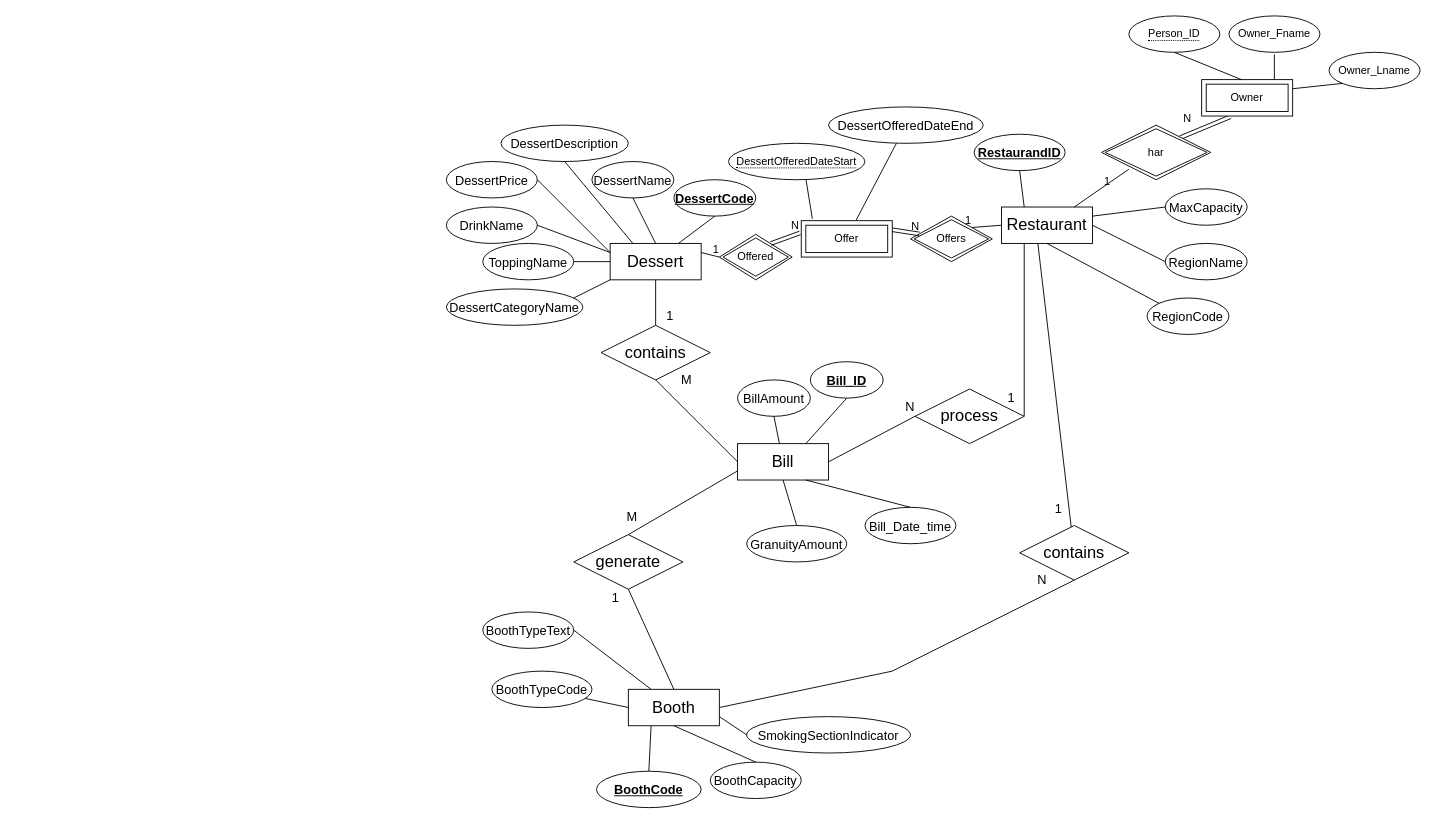
Above: Labb3/N1/Dessert_DiagramN1.drawio in PyroG8r/Databaser-DT139G (draw.io), before the change. Source tidied: cells renumbered, new cells numbered last; positions are measured from the earlier drawing's top-left corner, leaving out a move shared by most shapes. Both pictures are drawn from the tidied source at 91%, with x=0, y=0 at pixel (446, 15).
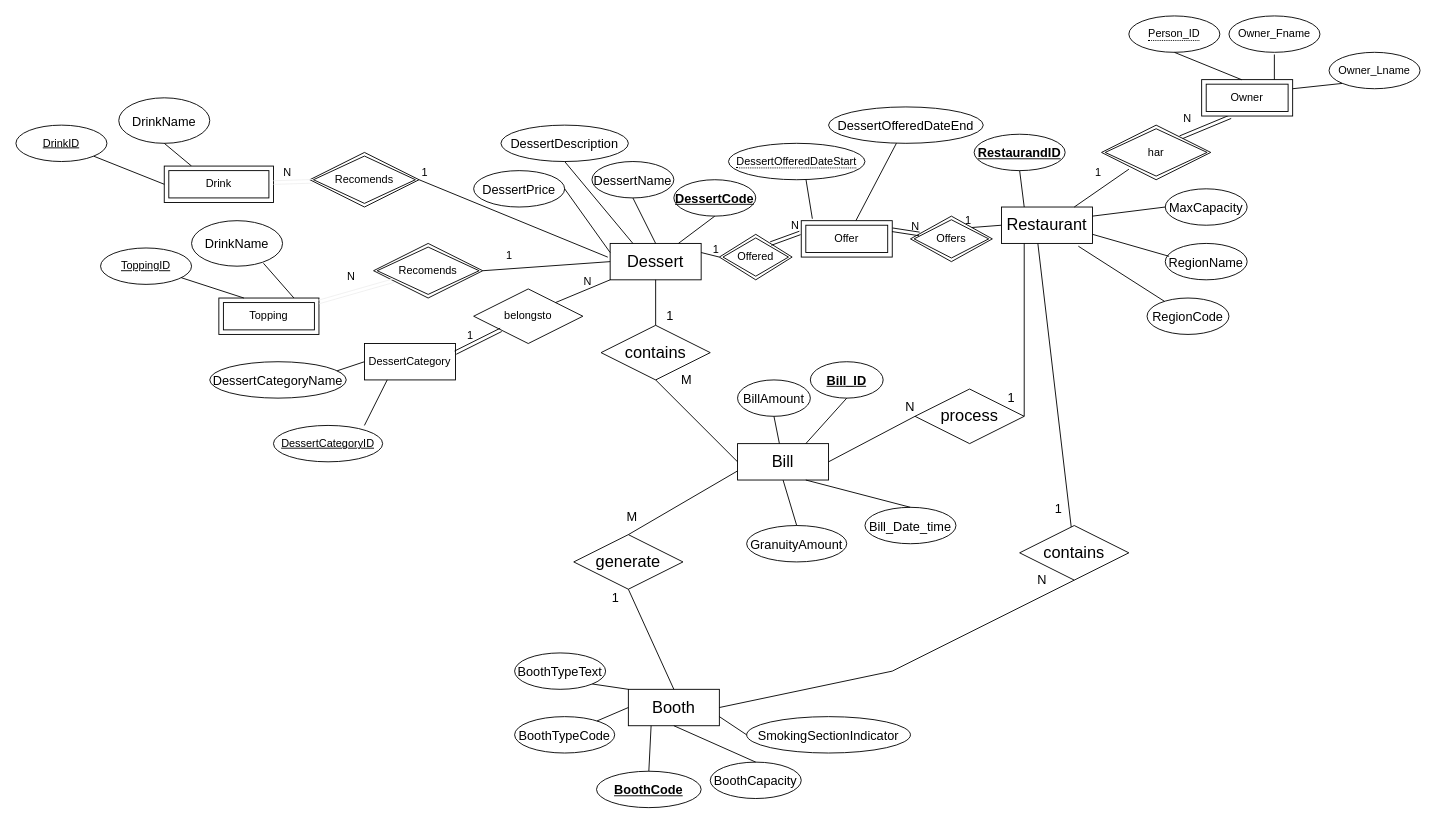
Above is the later version.

Unchanged cells that the change refers to:
```xml
<mxCell id="3" value="&lt;font style=&quot;font-size: 18px&quot;&gt;Booth&lt;/font&gt;" style="whiteSpace=wrap;html=1;align=center;" parent="1" vertex="1">
  <mxGeometry x="200" y="740" width="100" height="40" as="geometry" />
</mxCell>
<mxCell id="4" value="&lt;font style=&quot;font-size: 18px&quot;&gt;Restaurant&lt;/font&gt;" style="whiteSpace=wrap;html=1;align=center;" parent="1" vertex="1">
  <mxGeometry x="610" y="210" width="100" height="40" as="geometry" />
</mxCell>
<mxCell id="5" value="&lt;font style=&quot;font-size: 18px&quot;&gt;Dessert&lt;/font&gt;" style="whiteSpace=wrap;html=1;align=center;" parent="1" vertex="1">
  <mxGeometry x="180" y="250" width="100" height="40" as="geometry" />
</mxCell>
<mxCell id="67" style="endArrow=none;html=1;rounded=0;entryX=0.251;entryY=0.807;entryDx=0;entryDy=0;entryPerimeter=0;" parent="1" edge="1">
  <mxGeometry relative="1" as="geometry">
    <mxPoint x="690" y="210" as="sourcePoint" />
    <mxPoint x="750.1" y="168.4" as="targetPoint" />
  </mxGeometry>
</mxCell>
```

Diff of the diagram source:
```diff
@@
-    <mxCell id="16" value="&lt;font style=&quot;font-size: 14px&quot;&gt;DrinkName&lt;/font&gt;" style="ellipse;whiteSpace=wrap;html=1;align=center;fontSize=18;" parent="1" vertex="1">
-      <mxGeometry y="210" width="100" height="40" as="geometry" />
-    </mxCell>
     <mxCell id="17" value="&lt;font style=&quot;font-size: 14px&quot;&gt;DessertPrice&lt;/font&gt;" style="ellipse;whiteSpace=wrap;html=1;align=center;fontSize=18;" parent="1" vertex="1">
-      <mxGeometry y="160" width="100" height="40" as="geometry" />
+      <mxGeometry x="30" y="170" width="100" height="40" as="geometry" />
     </mxCell>
@@
     <mxCell id="25" value="&lt;font style=&quot;font-size: 14px&quot;&gt;DessertCategoryName&lt;/font&gt;" style="ellipse;whiteSpace=wrap;html=1;align=center;fontSize=18;" parent="1" vertex="1">
-      <mxGeometry y="300" width="150" height="40" as="geometry" />
+      <mxGeometry x="-260" y="380" width="150" height="40" as="geometry" />
     </mxCell>
-    <mxCell id="26" value="&lt;font style=&quot;font-size: 14px&quot;&gt;ToppingName&lt;/font&gt;" style="ellipse;whiteSpace=wrap;html=1;align=center;fontSize=18;" parent="1" vertex="1">
-      <mxGeometry x="40" y="250" width="100" height="40" as="geometry" />
+    <mxCell id="26" value="&lt;font style=&quot;font-size: 14px&quot;&gt;DrinkName&lt;br&gt;&lt;/font&gt;" style="ellipse;whiteSpace=wrap;html=1;align=center;fontSize=18;" parent="1" vertex="1">
+      <mxGeometry x="-360" y="90" width="100" height="50" as="geometry" />
     </mxCell>
@@
-    <mxCell id="28" style="endArrow=none;html=1;rounded=0;fontSize=18;entryX=1;entryY=0.5;entryDx=0;entryDy=0;exitX=0;exitY=0.5;exitDx=0;exitDy=0;" parent="1" edge="1" source="5" target="26">
+    <mxCell id="28" style="endArrow=none;html=1;rounded=0;fontSize=18;entryX=0.5;entryY=1;entryDx=0;entryDy=0;exitX=0.25;exitY=0;exitDx=0;exitDy=0;startArrow=none;" parent="1" edge="1" source="111" target="26">
       <mxGeometry relative="1" as="geometry" />
     </mxCell>
-    <mxCell id="29" style="endArrow=none;html=1;rounded=0;fontSize=18;exitX=0;exitY=1;exitDx=0;exitDy=0;entryX=0.933;entryY=0.25;entryDx=0;entryDy=0;entryPerimeter=0;" parent="1" edge="1" source="5" target="25">
+    <mxCell id="29" style="endArrow=none;html=1;rounded=0;fontSize=18;exitX=0;exitY=0.5;exitDx=0;exitDy=0;entryX=0.933;entryY=0.25;entryDx=0;entryDy=0;entryPerimeter=0;" parent="1" edge="1" source="93" target="25">
       <mxGeometry relative="1" as="geometry" />
     </mxCell>
-    <mxCell id="30" style="endArrow=none;html=1;rounded=0;fontSize=18;entryX=1;entryY=0.5;entryDx=0;entryDy=0;" parent="1" edge="1" target="16">
-      <mxGeometry relative="1" as="geometry">
-        <mxPoint x="180" y="260" as="sourcePoint" />
-      </mxGeometry>
-    </mxCell>
-    <mxCell id="31" value="&lt;font style=&quot;font-size: 14px&quot;&gt;RegionName&lt;/font&gt;" style="ellipse;whiteSpace=wrap;html=1;align=center;fontSize=18;" parent="1" vertex="1">
-      <mxGeometry x="790" y="250" width="90" height="40" as="geometry" />
-    </mxCell>
-    <mxCell id="32" value="&lt;font style=&quot;font-size: 14px&quot;&gt;RegionCode&lt;/font&gt;" style="ellipse;whiteSpace=wrap;html=1;align=center;fontSize=18;" parent="1" vertex="1">
-      <mxGeometry x="770" y="310" width="90" height="40" as="geometry" />
-    </mxCell>
-    <mxCell id="33" style="endArrow=none;html=1;rounded=0;fontSize=18;entryX=0;entryY=0;entryDx=0;entryDy=0;exitX=0.5;exitY=1;exitDx=0;exitDy=0;" parent="1" edge="1" source="4" target="32">
-      <mxGeometry relative="1" as="geometry" />
-    </mxCell>
-    <mxCell id="34" style="endArrow=none;html=1;rounded=0;fontSize=18;entryX=0;entryY=0.5;entryDx=0;entryDy=0;exitX=1;exitY=0.5;exitDx=0;exitDy=0;" parent="1" edge="1" source="4" target="31">
-      <mxGeometry relative="1" as="geometry" />
-    </mxCell>
@@
-    <mxCell id="60" value="&lt;font style=&quot;font-size: 14px&quot;&gt;BoothTypeCode&lt;/font&gt;" style="ellipse;whiteSpace=wrap;html=1;align=center;fontSize=18;" parent="1" vertex="1">
-      <mxGeometry x="50" y="720" width="110" height="40" as="geometry" />
-    </mxCell>
-    <mxCell id="61" value="&lt;font style=&quot;font-size: 14px&quot;&gt;BoothTypeText&lt;/font&gt;" style="ellipse;whiteSpace=wrap;html=1;align=center;fontSize=18;" parent="1" vertex="1">
-      <mxGeometry x="40" y="655" width="100" height="40" as="geometry" />
-    </mxCell>
@@
-    <mxCell id="65" style="endArrow=none;html=1;rounded=0;fontSize=14;entryX=0;entryY=0.5;entryDx=0;entryDy=0;" parent="1" edge="1" source="60" target="3">
-      <mxGeometry relative="1" as="geometry" />
-    </mxCell>
-    <mxCell id="66" style="endArrow=none;html=1;rounded=0;fontSize=14;entryX=0.25;entryY=0;entryDx=0;entryDy=0;exitX=1;exitY=0.5;exitDx=0;exitDy=0;" parent="1" edge="1" source="61" target="3">
-      <mxGeometry relative="1" as="geometry" />
-    </mxCell>
@@
     <mxCell id="68" value="1" style="html=1;align=right;verticalAlign=bottom;" parent="67" vertex="1">
       <mxGeometry x="1" relative="1" as="geometry">
-        <mxPoint x="-20" y="22" as="offset" />
+        <mxPoint x="-30" y="12" as="offset" />
       </mxGeometry>
     </mxCell>
@@
+    <mxCell id="93" value="DessertCategory" style="whiteSpace=wrap;html=1;align=center;" parent="1" vertex="1">
+      <mxGeometry x="-90" y="360" width="100" height="40" as="geometry" />
+    </mxCell>
+    <mxCell id="94" value="DessertCategoryID" style="ellipse;whiteSpace=wrap;html=1;align=center;fontStyle=4;" parent="1" vertex="1">
+      <mxGeometry x="-190" y="450" width="120" height="40" as="geometry" />
+    </mxCell>
+    <mxCell id="95" style="endArrow=none;html=1;rounded=0;exitX=0.833;exitY=0;exitDx=0;exitDy=0;exitPerimeter=0;entryX=0.25;entryY=1;entryDx=0;entryDy=0;" parent="1" edge="1" source="94" target="93">
+      <mxGeometry relative="1" as="geometry" />
+    </mxCell>
+    <mxCell id="96" value="belongsto" style="shape=rhombus;perimeter=rhombusPerimeter;whiteSpace=wrap;html=1;align=center;" parent="1" vertex="1">
+      <mxGeometry x="30" y="300" width="120" height="60" as="geometry" />
+    </mxCell>
+    <mxCell id="97" style="endArrow=none;html=1;rounded=0;exitX=1;exitY=0;exitDx=0;exitDy=0;entryX=0;entryY=1;entryDx=0;entryDy=0;" parent="1" edge="1" source="96" target="5">
+      <mxGeometry relative="1" as="geometry" />
+    </mxCell>
+    <mxCell id="98" value="N" style="html=1;align=right;verticalAlign=bottom;" parent="97" vertex="1">
+      <mxGeometry x="1" relative="1" as="geometry">
+        <mxPoint x="-20" y="10" as="offset" />
+      </mxGeometry>
+    </mxCell>
+    <mxCell id="99" style="shape=link;html=1;rounded=0;exitX=1;exitY=0.25;exitDx=0;exitDy=0;" parent="1" edge="1" source="93" target="96">
+      <mxGeometry relative="1" as="geometry" />
+    </mxCell>
+    <mxCell id="100" value="1" style="html=1;align=right;verticalAlign=bottom;" parent="99" vertex="1">
+      <mxGeometry x="1" relative="1" as="geometry">
+        <mxPoint x="-30" y="15" as="offset" />
+      </mxGeometry>
+    </mxCell>
+    <mxCell id="101" value="Recomends" style="shape=rhombus;double=1;perimeter=rhombusPerimeter;whiteSpace=wrap;html=1;align=center;" parent="1" vertex="1">
+      <mxGeometry x="-80" y="250" width="120" height="60" as="geometry" />
+    </mxCell>
+    <mxCell id="102" style="endArrow=none;html=1;rounded=0;fontSize=18;entryX=1;entryY=0.5;entryDx=0;entryDy=0;exitX=0;exitY=0.5;exitDx=0;exitDy=0;" parent="1" edge="1" source="5" target="101">
+      <mxGeometry relative="1" as="geometry" />
+    </mxCell>
+    <mxCell id="103" value="ToppingID" style="ellipse;whiteSpace=wrap;html=1;align=center;fontStyle=4;" parent="1" vertex="1">
+      <mxGeometry x="-380" y="255" width="100" height="40" as="geometry" />
+    </mxCell>
+    <mxCell id="104" value="Topping" style="shape=ext;margin=3;double=1;whiteSpace=wrap;html=1;align=center;" parent="1" vertex="1">
+      <mxGeometry x="-250" y="310" width="110" height="40" as="geometry" />
+    </mxCell>
+    <mxCell id="105" style="shape=link;html=1;rounded=0;fontFamily=Helvetica;fontSize=18;fontColor=rgb(240, 240, 240);align=center;strokeColor=rgb(240, 240, 240);" parent="1" edge="1" source="101" target="104">
+      <mxGeometry relative="1" as="geometry" />
+    </mxCell>
+    <mxCell id="106" style="endArrow=none;html=1;rounded=0;entryX=0.25;entryY=0;entryDx=0;entryDy=0;" parent="1" edge="1" source="103" target="104">
+      <mxGeometry relative="1" as="geometry" />
+    </mxCell>
+    <mxCell id="107" value="N" style="html=1;align=right;verticalAlign=bottom;" parent="1" vertex="1">
+      <mxGeometry x="-100" y="295" as="geometry" />
+    </mxCell>
+    <mxCell id="108" value="1" style="text;strokeColor=none;fillColor=none;spacingLeft=4;spacingRight=4;overflow=hidden;fontSize=12;" parent="1" vertex="1">
+      <mxGeometry x="60" y="250" width="40" height="30" as="geometry" />
+    </mxCell>
+    <mxCell id="109" value="Recomends" style="shape=rhombus;double=1;perimeter=rhombusPerimeter;whiteSpace=wrap;html=1;align=center;" parent="1" vertex="1">
+      <mxGeometry x="-150" y="150" width="120" height="60" as="geometry" />
+    </mxCell>
+    <mxCell id="110" value="DrinkID" style="ellipse;whiteSpace=wrap;html=1;align=center;fontStyle=4;" parent="1" vertex="1">
+      <mxGeometry x="-473" y="120" width="100" height="40" as="geometry" />
+    </mxCell>
+    <mxCell id="111" value="Drink" style="shape=ext;margin=3;double=1;whiteSpace=wrap;html=1;align=center;" parent="1" vertex="1">
+      <mxGeometry x="-310" y="165" width="120" height="40" as="geometry" />
+    </mxCell>
+    <mxCell id="112" style="shape=link;html=1;rounded=0;fontFamily=Helvetica;fontSize=18;fontColor=rgb(240, 240, 240);align=center;strokeColor=rgb(240, 240, 240);" parent="1" edge="1" source="109" target="111">
+      <mxGeometry relative="1" as="geometry" />
+    </mxCell>
+    <mxCell id="113" style="endArrow=none;html=1;rounded=0;entryX=0;entryY=0.5;entryDx=0;entryDy=0;" parent="1" edge="1" source="110" target="111">
+      <mxGeometry relative="1" as="geometry" />
+    </mxCell>
+    <mxCell id="114" value="N" style="html=1;align=right;verticalAlign=bottom;" parent="1" vertex="1">
+      <mxGeometry x="-170" y="180" as="geometry" />
+    </mxCell>
+    <mxCell id="115" style="endArrow=none;html=1;rounded=0;shadow=0;exitX=-0.026;exitY=0.377;exitDx=0;exitDy=0;exitPerimeter=0;entryX=1;entryY=0.5;entryDx=0;entryDy=0;" parent="1" edge="1" source="5" target="109">
+      <mxGeometry relative="1" as="geometry" />
+    </mxCell>
+    <mxCell id="116" value="1" style="html=1;align=right;verticalAlign=bottom;" parent="115" vertex="1">
+      <mxGeometry x="1" relative="1" as="geometry">
+        <mxPoint x="10" as="offset" />
+      </mxGeometry>
+    </mxCell>
+    <mxCell id="16" value="&lt;font style=&quot;font-size: 14px&quot;&gt;DrinkName&lt;br&gt;&lt;/font&gt;" style="ellipse;whiteSpace=wrap;html=1;align=center;fontSize=18;" parent="1" vertex="1">
+      <mxGeometry x="-280" y="225" width="100" height="50" as="geometry" />
+    </mxCell>
+    <mxCell id="117" style="endArrow=none;html=1;rounded=0;shadow=0;exitX=0.79;exitY=0.936;exitDx=0;exitDy=0;exitPerimeter=0;entryX=0.75;entryY=0;entryDx=0;entryDy=0;" parent="1" edge="1" source="16" target="104">
+      <mxGeometry relative="1" as="geometry" />
+    </mxCell>
+    <mxCell id="31" value="&lt;font style=&quot;font-size: 14px&quot;&gt;RegionName&lt;/font&gt;" style="ellipse;whiteSpace=wrap;html=1;align=center;fontSize=18;" parent="1" vertex="1">
+      <mxGeometry x="790" y="250" width="90" height="40" as="geometry" />
+    </mxCell>
+    <mxCell id="32" value="&lt;font style=&quot;font-size: 14px&quot;&gt;RegionCode&lt;/font&gt;" style="ellipse;whiteSpace=wrap;html=1;align=center;fontSize=18;" parent="1" vertex="1">
+      <mxGeometry x="770" y="310" width="90" height="40" as="geometry" />
+    </mxCell>
+    <mxCell id="33" style="endArrow=none;html=1;rounded=0;shadow=0;exitX=0.845;exitY=1.077;exitDx=0;exitDy=0;exitPerimeter=0;" parent="1" edge="1" source="4" target="32">
+      <mxGeometry relative="1" as="geometry" />
+    </mxCell>
+    <mxCell id="34" style="endArrow=none;html=1;rounded=0;shadow=0;exitX=1;exitY=0.75;exitDx=0;exitDy=0;entryX=0.047;entryY=0.354;entryDx=0;entryDy=0;entryPerimeter=0;" parent="1" edge="1" source="4" target="31">
+      <mxGeometry relative="1" as="geometry" />
+    </mxCell>
+    <mxCell id="60" value="&lt;font style=&quot;font-size: 14px&quot;&gt;BoothTypeCode&lt;/font&gt;" style="ellipse;whiteSpace=wrap;html=1;align=center;fontSize=18;" parent="1" vertex="1">
+      <mxGeometry x="75" y="770" width="110" height="40" as="geometry" />
+    </mxCell>
+    <mxCell id="61" value="&lt;font style=&quot;font-size: 14px&quot;&gt;BoothTypeText&lt;/font&gt;" style="ellipse;whiteSpace=wrap;html=1;align=center;fontSize=18;" parent="1" vertex="1">
+      <mxGeometry x="75" y="700" width="100" height="40" as="geometry" />
+    </mxCell>
+    <mxCell id="118" style="endArrow=none;html=1;rounded=0;fontSize=14;entryX=0;entryY=0.5;entryDx=0;entryDy=0;" parent="1" edge="1" source="60">
+      <mxGeometry relative="1" as="geometry">
+        <mxPoint x="200" y="760" as="targetPoint" />
+      </mxGeometry>
+    </mxCell>
+    <mxCell id="66" style="endArrow=none;html=1;rounded=0;shadow=0;exitX=1;exitY=1;exitDx=0;exitDy=0;entryX=0;entryY=0;entryDx=0;entryDy=0;" parent="1" edge="1" source="61" target="3">
+      <mxGeometry relative="1" as="geometry" />
+    </mxCell>
```
